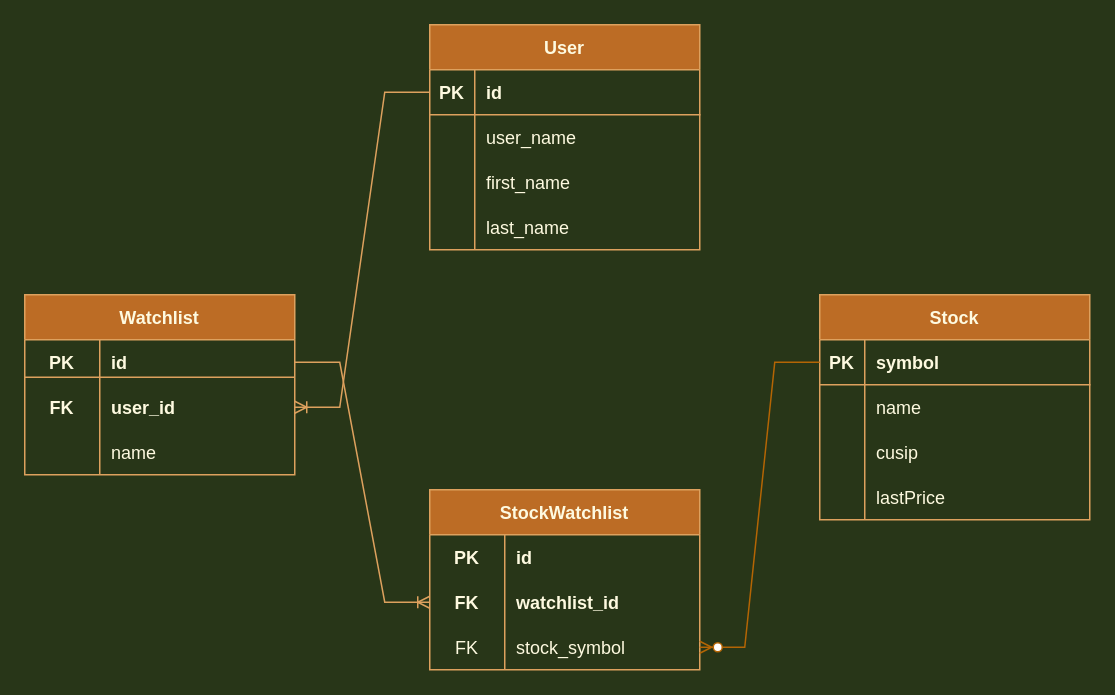
This is Stock_Portfolio_CostBasis_ERD.drawio from Bourdeux/Promineo-final-project, a draw.io file, before an edit. Source tidied: cells renumbered, new cells numbered last; positions are measured from the earlier drawing's top-left corner, leaving out a move shared by most shapes. Both pictures are drawn from the tidied source at 150%, with x=0, y=0 at pixel (24, 24).
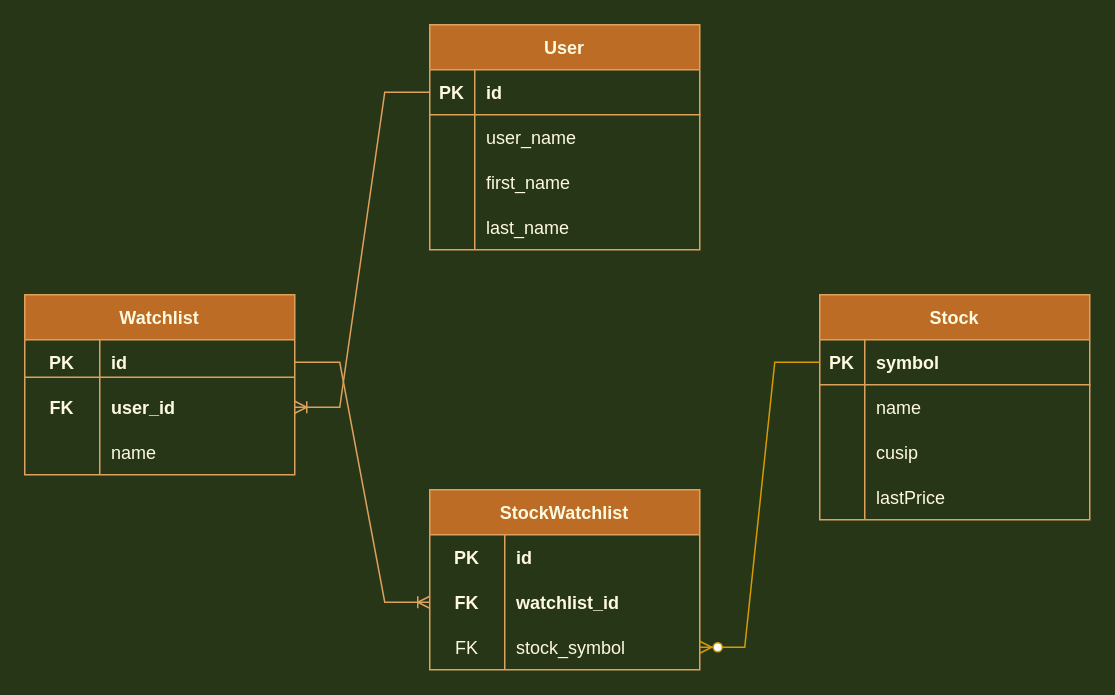
The same page after the edit.

The change refers to these unchanged cells:
```xml
<mxCell id="27" style="shape=tableRow;horizontal=0;startSize=0;swimlaneHead=0;swimlaneBody=0;fillColor=none;points=[[0,0.5],[1,0.5]];portConstraint=eastwest;top=0;left=0;right=0;bottom=1;strokeColor=#DDA15E;fontColor=#FEFAE0;" parent="26" vertex="1">
  <mxGeometry y="30" width="180" height="30" as="geometry" />
</mxCell>
<mxCell id="47" style="shape=tableRow;horizontal=0;startSize=0;swimlaneHead=0;swimlaneBody=0;fillColor=none;points=[[0,0.5],[1,0.5]];portConstraint=eastwest;top=0;left=0;right=0;bottom=0;strokeColor=#DDA15E;fontColor=#FEFAE0;" parent="40" vertex="1">
  <mxGeometry y="90" width="180" height="30" as="geometry" />
</mxCell>
```

Change to the diagram source:
```diff
@@
-    <mxCell id="50" style="edgeStyle=entityRelationEdgeStyle;fontSize=12;html=1;endArrow=ERzeroToMany;endFill=1;rounded=0;fillColor=#fad7ac;strokeColor=#b46504;" parent="1" edge="1" source="27" target="47">
+    <mxCell id="50" style="edgeStyle=entityRelationEdgeStyle;fontSize=12;html=1;endArrow=ERzeroToMany;endFill=1;rounded=0;fillColor=#ffe6cc;strokeColor=#d79b00;" parent="1" edge="1" source="27" target="47">
       <mxGeometry relative="1" as="geometry" />
     </mxCell>
```
